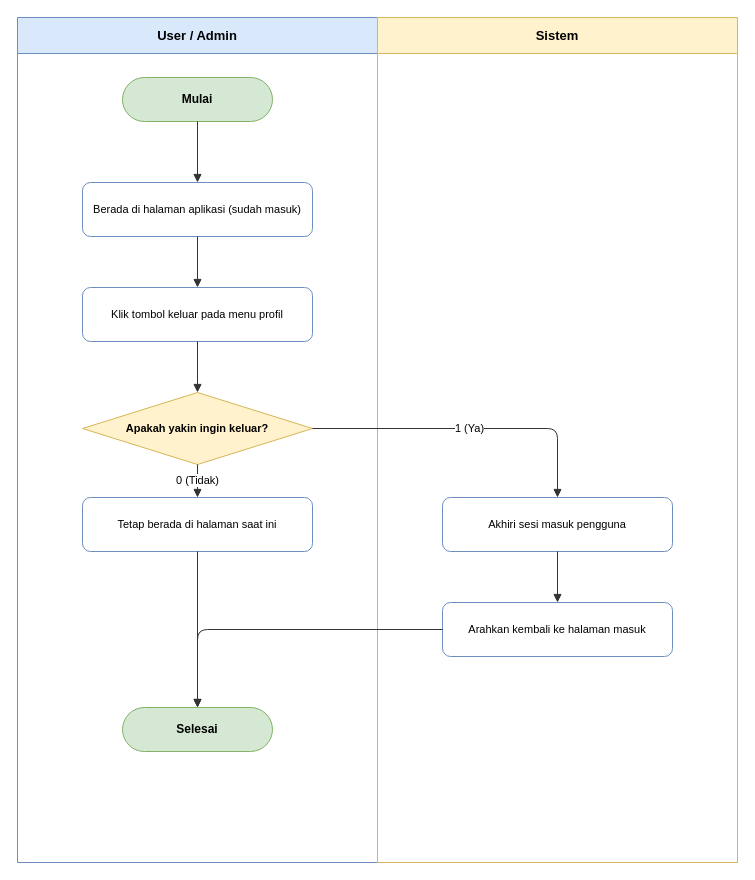
This is docs/diagrams/activity/activity-logout.drawio from dimstyle/ruang-baca, a draw.io file, before an edit. Source tidied: cells renumbered, new cells numbered last; positions are measured from the earlier drawing's top-left corner, leaving out a move shared by most shapes. Both pictures are drawn from the tidied source at 100%, with x=0, y=0 at pixel (17, 17).
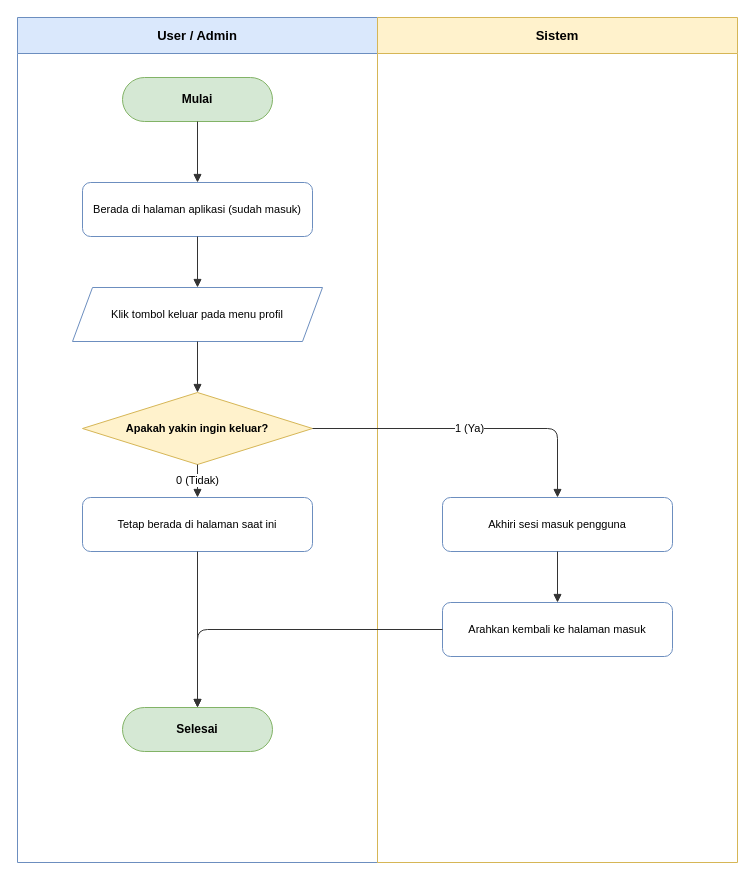
Above is the later version.

What changed in the source:
```diff
@@
 <mxGraphModel>
   <root>
     <mxCell id="0" />
     <mxCell id="1" parent="0" />
     <mxCell id="2" value="User / Admin" style="swimlane;whiteSpace=wrap;html=1;startSize=36;fillColor=#dae8fc;strokeColor=#6c8ebf;fontStyle=1;fontSize=13;" parent="1" vertex="1">
       <mxGeometry width="360" height="845" as="geometry" />
     </mxCell>
     <mxCell id="3" value="Sistem" style="swimlane;whiteSpace=wrap;html=1;startSize=36;fillColor=#fff2cc;strokeColor=#d6b656;fontStyle=1;fontSize=13;" parent="1" vertex="1">
       <mxGeometry x="360" width="360" height="845" as="geometry" />
     </mxCell>
     <mxCell id="4" value="Mulai" style="rounded=1;whiteSpace=wrap;html=1;arcSize=50;fillColor=#d5e8d4;strokeColor=#82b366;fontStyle=1;fontSize=12;" parent="2" vertex="1">
       <mxGeometry x="105" y="60" width="150" height="44" as="geometry" />
     </mxCell>
     <mxCell id="5" value="Berada di halaman aplikasi (sudah masuk)" style="rounded=1;whiteSpace=wrap;html=1;fillColor=#ffffff;strokeColor=#6c8ebf;fontSize=11;" parent="2" vertex="1">
       <mxGeometry x="65" y="165" width="230" height="54" as="geometry" />
     </mxCell>
-    <mxCell id="6" value="Klik tombol keluar pada menu profil" style="rounded=1;whiteSpace=wrap;html=1;fillColor=#ffffff;strokeColor=#6c8ebf;fontSize=11;" parent="2" vertex="1">
-      <mxGeometry x="65" y="270" width="230" height="54" as="geometry" />
+    <mxCell id="6" value="Klik tombol keluar pada menu profil" style="shape=parallelogram;perimeter=parallelogramPerimeter;whiteSpace=wrap;html=1;fixedSize=1;fillColor=#ffffff;strokeColor=#6c8ebf;fontSize=11;" parent="2" vertex="1">
+      <mxGeometry x="55" y="270" width="250" height="54" as="geometry" />
     </mxCell>
     <mxCell id="7" value="Apakah yakin ingin keluar?" style="rhombus;whiteSpace=wrap;html=1;fillColor=#fff2cc;strokeColor=#d6b656;fontStyle=1;fontSize=11;" parent="2" vertex="1">
       <mxGeometry x="65" y="375" width="230" height="72" as="geometry" />
     </mxCell>
     <mxCell id="8" value="Tetap berada di halaman saat ini" style="rounded=1;whiteSpace=wrap;html=1;fillColor=#ffffff;strokeColor=#6c8ebf;fontSize=11;" parent="2" vertex="1">
       <mxGeometry x="65" y="480" width="230" height="54" as="geometry" />
     </mxCell>
     <mxCell id="9" value="Selesai" style="rounded=1;whiteSpace=wrap;html=1;arcSize=50;fillColor=#d5e8d4;strokeColor=#82b366;fontStyle=1;fontSize=12;" parent="2" vertex="1">
       <mxGeometry x="105" y="690" width="150" height="44" as="geometry" />
     </mxCell>
     <mxCell id="10" value="Akhiri sesi masuk pengguna" style="rounded=1;whiteSpace=wrap;html=1;fillColor=#ffffff;strokeColor=#6c8ebf;fontSize=11;" parent="3" vertex="1">
       <mxGeometry x="65" y="480" width="230" height="54" as="geometry" />
     </mxCell>
     <mxCell id="11" value="Arahkan kembali ke halaman masuk" style="rounded=1;whiteSpace=wrap;html=1;fillColor=#ffffff;strokeColor=#6c8ebf;fontSize=11;" parent="3" vertex="1">
       <mxGeometry x="65" y="585" width="230" height="54" as="geometry" />
     </mxCell>
     <mxCell id="12" style="edgeStyle=orthogonalEdgeStyle;rounded=1;jettySize=auto;html=1;endArrow=block;endFill=1;strokeColor=#333333;fontSize=11;labelBackgroundColor=#ffffff;" parent="1" edge="1" source="4" target="5">
       <mxGeometry relative="1" as="geometry" />
     </mxCell>
     <mxCell id="13" style="edgeStyle=orthogonalEdgeStyle;rounded=1;jettySize=auto;html=1;endArrow=block;endFill=1;strokeColor=#333333;fontSize=11;labelBackgroundColor=#ffffff;" parent="1" edge="1" source="5" target="6">
       <mxGeometry relative="1" as="geometry" />
     </mxCell>
     <mxCell id="14" style="edgeStyle=orthogonalEdgeStyle;rounded=1;jettySize=auto;html=1;endArrow=block;endFill=1;strokeColor=#333333;fontSize=11;labelBackgroundColor=#ffffff;" parent="1" edge="1" source="6" target="7">
       <mxGeometry relative="1" as="geometry" />
     </mxCell>
     <mxCell id="15" value="0 (Tidak)" style="edgeStyle=orthogonalEdgeStyle;rounded=1;jettySize=auto;html=1;endArrow=block;endFill=1;strokeColor=#333333;fontSize=11;labelBackgroundColor=#ffffff;" parent="1" edge="1" source="7" target="8">
       <mxGeometry relative="1" as="geometry" />
     </mxCell>
     <mxCell id="16" style="edgeStyle=orthogonalEdgeStyle;rounded=1;jettySize=auto;html=1;endArrow=block;endFill=1;strokeColor=#333333;fontSize=11;labelBackgroundColor=#ffffff;" parent="1" edge="1" source="8" target="9">
       <mxGeometry relative="1" as="geometry" />
     </mxCell>
     <mxCell id="17" value="1 (Ya)" style="edgeStyle=orthogonalEdgeStyle;rounded=1;jettySize=auto;html=1;endArrow=block;endFill=1;strokeColor=#333333;fontSize=11;labelBackgroundColor=#ffffff;" parent="1" edge="1" source="7" target="10">
       <mxGeometry relative="1" as="geometry" />
     </mxCell>
     <mxCell id="18" style="edgeStyle=orthogonalEdgeStyle;rounded=1;jettySize=auto;html=1;endArrow=block;endFill=1;strokeColor=#333333;fontSize=11;labelBackgroundColor=#ffffff;" parent="1" edge="1" source="10" target="11">
       <mxGeometry relative="1" as="geometry" />
     </mxCell>
     <mxCell id="19" style="edgeStyle=orthogonalEdgeStyle;rounded=1;jettySize=auto;html=1;endArrow=block;endFill=1;strokeColor=#333333;fontSize=11;labelBackgroundColor=#ffffff;" parent="1" edge="1" source="11" target="9">
       <mxGeometry relative="1" as="geometry" />
     </mxCell>
   </root>
 </mxGraphModel>
```
